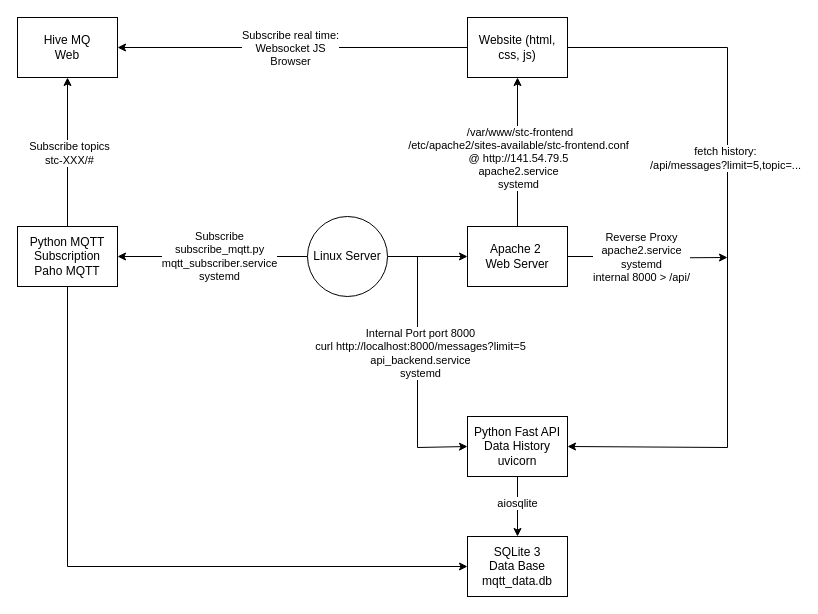
Earlier version of the draw.io diagram stc-server.drawio (diyElectronicsLab/SensingTheCampus). Source tidied: cells renumbered, new cells numbered last; positions are measured from the earlier drawing's top-left corner, leaving out a move shared by most shapes. Both pictures are drawn from the tidied source at 100%, with x=0, y=0 at pixel (17, 17).
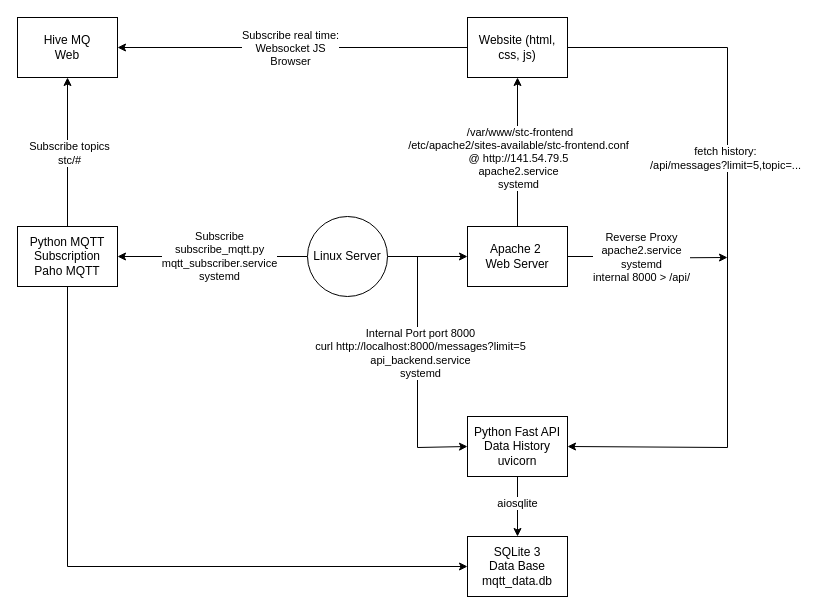
The same diagram, later.

The change refers to these unchanged cells:
```xml
<mxCell id="23" style="edgeStyle=orthogonalEdgeStyle;rounded=0;jettySize=auto;html=1;entryX=0.5;entryY=1;entryDx=0;entryDy=0;" parent="1" edge="1" source="26" target="2">
  <mxGeometry relative="1" as="geometry" />
</mxCell>
```

Diff of the diagram source:
```diff
@@
-    <mxCell id="24" value="Subscribe topics&lt;div&gt;stc-XXX/#&lt;/div&gt;" style="edgeLabel;html=1;align=center;verticalAlign=middle;" parent="23" vertex="1">
+    <mxCell id="24" value="Subscribe topics&lt;div&gt;stc/#&lt;/div&gt;" style="edgeLabel;html=1;align=center;verticalAlign=middle;" parent="23" vertex="1">
       <mxGeometry x="-0.01" y="-1" relative="1" as="geometry" />
     </mxCell>
```
